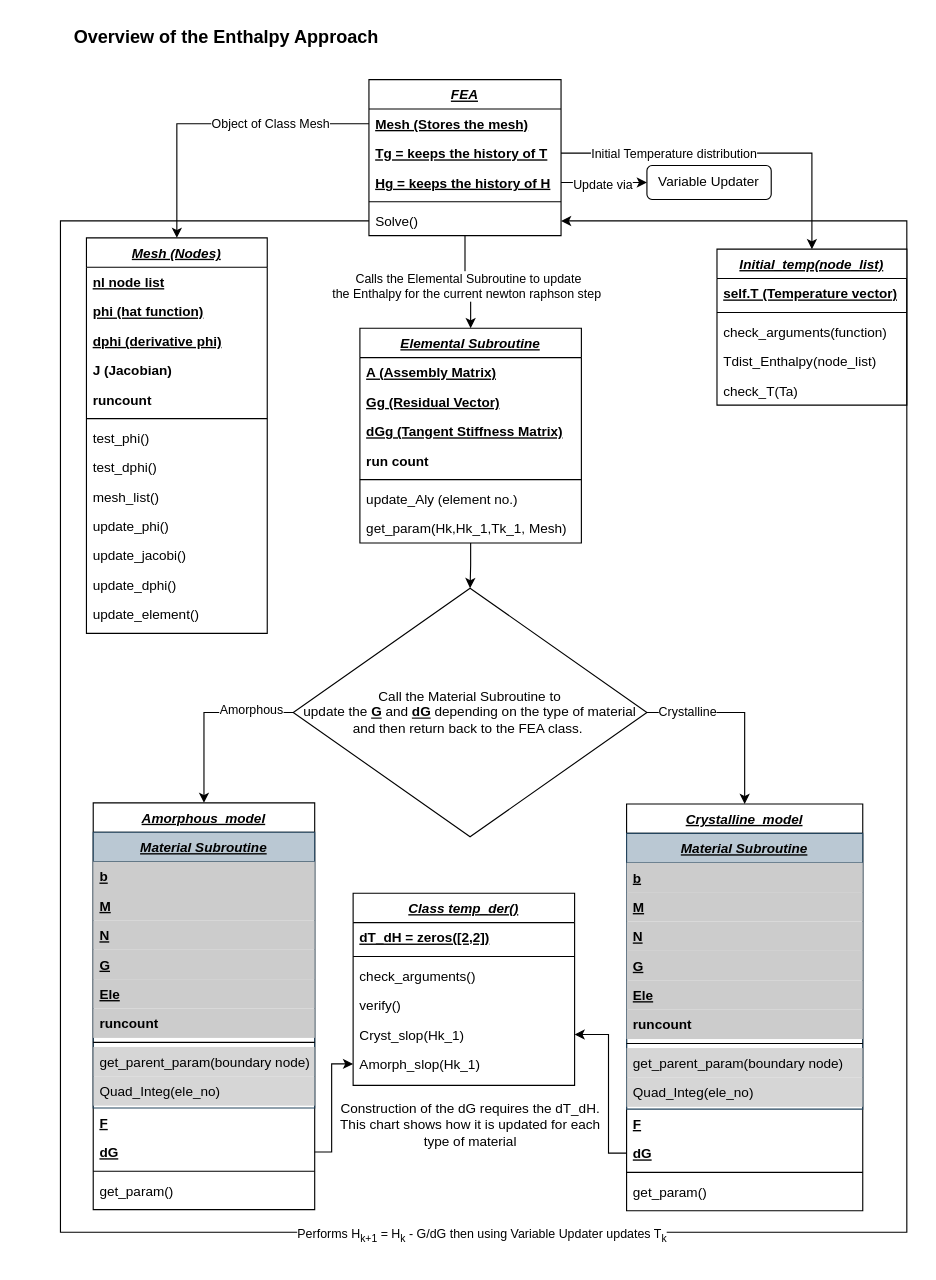
This is Over_View.drawio from okolekar/PPP, a draw.io file, before an edit. Source tidied: cells renumbered, new cells numbered last; positions are measured from the earlier drawing's top-left corner, leaving out a move shared by most shapes. Both pictures are drawn from the tidied source at 113%, with x=0, y=0 at pixel (19, 19).
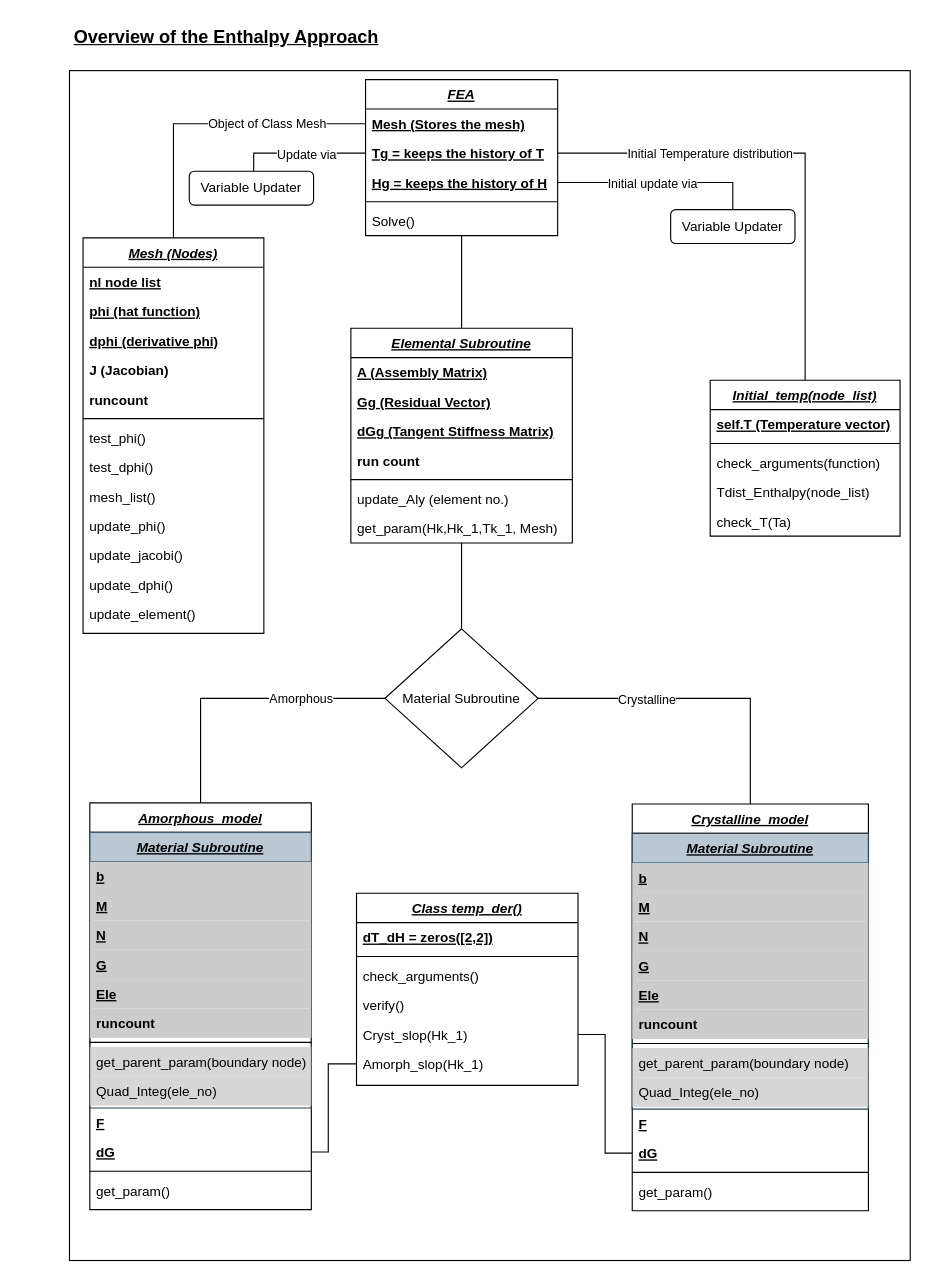
The same page after the edit.

Unchanged cells that the change refers to:
```xml
<mxCell id="16" value="dG" style="text;align=left;verticalAlign=top;spacingLeft=4;spacingRight=4;overflow=hidden;points=[[0,0.5],[1,0.5]];portConstraint=eastwest;rounded=0;shadow=0;html=0;fontStyle=5;" parent="4" vertex="1">
  <mxGeometry y="296" width="196" height="26" as="geometry" />
</mxCell>
<mxCell id="40" value="dG" style="text;align=left;verticalAlign=top;spacingLeft=4;spacingRight=4;overflow=hidden;points=[[0,0.5],[1,0.5]];portConstraint=eastwest;rounded=0;shadow=0;html=0;fontStyle=5;" parent="28" vertex="1">
  <mxGeometry y="296" width="209" height="26" as="geometry" />
</mxCell>
<mxCell id="52" value="Mesh (Stores the mesh)" style="text;align=left;verticalAlign=top;spacingLeft=4;spacingRight=4;overflow=hidden;points=[[0,0.5],[1,0.5]];portConstraint=eastwest;fontStyle=5;" parent="51" vertex="1">
  <mxGeometry y="26" width="170" height="26" as="geometry" />
</mxCell>
<mxCell id="53" value="Tg = keeps the history of T" style="text;align=left;verticalAlign=top;spacingLeft=4;spacingRight=4;overflow=hidden;points=[[0,0.5],[1,0.5]];portConstraint=eastwest;rounded=0;shadow=0;html=0;fontStyle=5;" parent="51" vertex="1">
  <mxGeometry y="52" width="170" height="26" as="geometry" />
</mxCell>
<mxCell id="54" value="Hg = keeps the history of H" style="text;align=left;verticalAlign=top;spacingLeft=4;spacingRight=4;overflow=hidden;points=[[0,0.5],[1,0.5]];portConstraint=eastwest;rounded=0;shadow=0;html=0;fontStyle=5;" parent="51" vertex="1">
  <mxGeometry y="78" width="170" height="26" as="geometry" />
</mxCell>
<mxCell id="56" value="Solve()" style="text;align=left;verticalAlign=top;spacingLeft=4;spacingRight=4;overflow=hidden;points=[[0,0.5],[1,0.5]];portConstraint=eastwest;" parent="51" vertex="1">
  <mxGeometry y="112" width="170" height="26" as="geometry" />
</mxCell>
<mxCell id="70" value="Cryst_slop(Hk_1)" style="text;align=left;verticalAlign=top;spacingLeft=4;spacingRight=4;overflow=hidden;points=[[0,0.5],[1,0.5]];portConstraint=eastwest;rounded=0;shadow=0;html=0;strokeColor=none;" parent="65" vertex="1">
  <mxGeometry y="112" width="196" height="26" as="geometry" />
</mxCell>
<mxCell id="71" value="Amorph_slop(Hk_1)" style="text;align=left;verticalAlign=top;spacingLeft=4;spacingRight=4;overflow=hidden;points=[[0,0.5],[1,0.5]];portConstraint=eastwest;rounded=0;shadow=0;html=0;" parent="65" vertex="1">
  <mxGeometry y="138" width="196" height="26" as="geometry" />
</mxCell>
```

The edit, as a diff of the source:
```diff
@@
+    <mxCell id="94" style="rounded=0;whiteSpace=wrap;html=1;" parent="1" vertex="1">
+      <mxGeometry x="44" y="45" width="744" height="1053" as="geometry" />
+    </mxCell>
-    <mxCell id="2" style="edgeStyle=orthogonalEdgeStyle;rounded=0;jettySize=auto;html=1;" parent="1" edge="1" source="51" target="20">
+    <mxCell id="2" style="edgeStyle=orthogonalEdgeStyle;rounded=0;jettySize=auto;html=1;endArrow=none;endFill=0;" parent="1" edge="1" source="51" target="20">
       <mxGeometry relative="1" as="geometry" />
     </mxCell>
-    <mxCell id="3" value="Calls the Elemental Subroutine to update &lt;br&gt;the Enthalpy for the current newton raphson step&amp;nbsp;" style="edgeLabel;html=1;align=center;verticalAlign=middle;" parent="2" vertex="1">
-      <mxGeometry x="-0.01" y="-3" relative="1" as="geometry" />
-    </mxCell>
     <mxCell id="4" value="Amorphous_model" style="swimlane;fontStyle=7;align=center;verticalAlign=top;horizontal=1;startSize=26;rounded=0;shadow=0;strokeWidth=1;" parent="1" vertex="1">
-      <mxGeometry x="65" y="693" width="196" height="360" as="geometry" />
+      <mxGeometry x="62" y="693" width="196" height="360" as="geometry" />
     </mxCell>
@@
-    <mxCell id="19" style="edgeStyle=orthogonalEdgeStyle;rounded=0;jettySize=auto;html=1;entryX=0.5;entryY=0;entryDx=0;entryDy=0;" parent="1" edge="1" source="20" target="47">
+    <mxCell id="19" style="edgeStyle=orthogonalEdgeStyle;rounded=0;jettySize=auto;html=1;entryX=0.5;entryY=0;entryDx=0;entryDy=0;endArrow=none;endFill=0;" parent="1" edge="1" source="20" target="47">
       <mxGeometry relative="1" as="geometry" />
     </mxCell>
     <mxCell id="20" value="Elemental Subroutine" style="swimlane;fontStyle=7;align=center;verticalAlign=top;horizontal=1;startSize=26;rounded=0;shadow=0;strokeWidth=1;" parent="1" vertex="1">
-      <mxGeometry x="301" y="273" width="196" height="190" as="geometry" />
+      <mxGeometry x="293" y="273" width="196" height="190" as="geometry" />
     </mxCell>
@@
     <mxCell id="28" value="Crystalline_model" style="swimlane;fontStyle=7;align=center;verticalAlign=top;horizontal=1;startSize=26;rounded=0;shadow=0;strokeWidth=1;" parent="1" vertex="1">
-      <mxGeometry x="537" y="694" width="209" height="360" as="geometry" />
+      <mxGeometry x="542" y="694" width="209" height="360" as="geometry" />
     </mxCell>
@@
+    <mxCell id="45" style="edgeStyle=orthogonalEdgeStyle;rounded=0;jettySize=auto;html=1;exitX=1;exitY=0.5;exitDx=0;exitDy=0;endArrow=none;endFill=0;" parent="1" edge="1" source="47" target="28">
+      <mxGeometry relative="1" as="geometry" />
+    </mxCell>
+    <mxCell id="46" value="Crystalline" style="edgeLabel;html=1;align=center;verticalAlign=middle;" parent="45" vertex="1">
+      <mxGeometry x="-0.32" y="-1" relative="1" as="geometry" />
+    </mxCell>
-    <mxCell id="43" style="edgeStyle=orthogonalEdgeStyle;rounded=0;jettySize=auto;html=1;entryX=0.5;entryY=0;entryDx=0;entryDy=0;" parent="1" edge="1" source="47" target="4">
-      <mxGeometry relative="1" as="geometry">
-        <Array as="points">
-          <mxPoint x="163" y="613" />
-        </Array>
-      </mxGeometry>
+    <mxCell id="43" style="edgeStyle=orthogonalEdgeStyle;rounded=0;jettySize=auto;html=1;exitX=0;exitY=0.5;exitDx=0;exitDy=0;endArrow=none;endFill=0;" parent="1" edge="1" source="47" target="4">
+      <mxGeometry relative="1" as="geometry" />
     </mxCell>
     <mxCell id="44" value="Amorphous" style="edgeLabel;html=1;align=center;verticalAlign=middle;" parent="43" vertex="1">
-      <mxGeometry x="-0.37" y="-3" relative="1" as="geometry">
-        <mxPoint x="12" as="offset" />
+      <mxGeometry x="-0.41" y="1" relative="1" as="geometry">
+        <mxPoint y="-1" as="offset" />
       </mxGeometry>
     </mxCell>
-    <mxCell id="45" style="edgeStyle=orthogonalEdgeStyle;rounded=0;jettySize=auto;html=1;entryX=0.5;entryY=0;entryDx=0;entryDy=0;" parent="1" edge="1" source="47" target="28">
-      <mxGeometry relative="1" as="geometry">
-        <Array as="points">
-          <mxPoint x="641" y="613" />
-        </Array>
-      </mxGeometry>
-    </mxCell>
-    <mxCell id="46" value="Crystalline" style="edgeLabel;html=1;align=center;verticalAlign=middle;" parent="45" vertex="1">
-      <mxGeometry x="-0.58" y="1" relative="1" as="geometry" />
-    </mxCell>
-    <mxCell id="47" value="Call the Material Subroutine to &lt;br&gt;update the &lt;b&gt;&lt;u&gt;G&lt;/u&gt;&lt;/b&gt; and &lt;b&gt;&lt;u&gt;dG&lt;/u&gt;&lt;/b&gt; depending on the type of material and then return back to the FEA class.&amp;nbsp;" style="rhombus;whiteSpace=wrap;html=1;" parent="1" vertex="1">
-      <mxGeometry x="242" y="503" width="313" height="220" as="geometry" />
+    <mxCell id="47" value="Material Subroutine" style="rhombus;whiteSpace=wrap;html=1;" parent="1" vertex="1">
+      <mxGeometry x="323.2" y="539" width="135.5" height="123" as="geometry" />
     </mxCell>
-    <mxCell id="48" style="edgeStyle=orthogonalEdgeStyle;rounded=0;jettySize=auto;html=1;entryX=0.5;entryY=0;entryDx=0;entryDy=0;" parent="1" edge="1" source="53" target="59">
-      <mxGeometry relative="1" as="geometry" />
+    <mxCell id="48" style="edgeStyle=orthogonalEdgeStyle;rounded=0;jettySize=auto;html=1;entryX=0.5;entryY=0;entryDx=0;entryDy=0;endArrow=none;endFill=0;" parent="1" edge="1" source="53" target="59">
+      <mxGeometry relative="1" as="geometry">
+        <Array as="points">
+          <mxPoint x="695" y="118" />
+        </Array>
+      </mxGeometry>
     </mxCell>
     <mxCell id="49" value="Initial Temperature distribution" style="edgeLabel;html=1;align=center;verticalAlign=middle;" parent="48" vertex="1">
       <mxGeometry x="-0.62" y="1" relative="1" as="geometry">
-        <mxPoint x="41" y="1" as="offset" />
+        <mxPoint x="54" y="1" as="offset" />
       </mxGeometry>
     </mxCell>
-    <mxCell id="50" value="Variable Updater" style="rounded=1;whiteSpace=wrap;html=1;" parent="1" vertex="1">
-      <mxGeometry x="555" y="129" width="110" height="30" as="geometry" />
-    </mxCell>
     <mxCell id="51" value="FEA" style="swimlane;fontStyle=7;align=center;verticalAlign=top;horizontal=1;startSize=26;rounded=0;shadow=0;strokeWidth=1;" parent="1" vertex="1">
-      <mxGeometry x="309" y="53" width="170" height="138" as="geometry" />
+      <mxGeometry x="306" y="53" width="170" height="138" as="geometry" />
     </mxCell>
@@
-    <mxCell id="57" style="edgeStyle=orthogonalEdgeStyle;rounded=0;orthogonalLoop=1;jettySize=auto;html=1;exitX=0;exitY=0.5;exitDx=0;exitDy=0;entryX=1;entryY=0.5;entryDx=0;entryDy=0;" parent="51" edge="1" source="56" target="56">
-      <mxGeometry relative="1" as="geometry">
-        <Array as="points">
-          <mxPoint x="-273" y="125" />
-          <mxPoint x="-273" y="1020" />
-          <mxPoint x="476" y="1020" />
-          <mxPoint x="476" y="125" />
-        </Array>
-      </mxGeometry>
-    </mxCell>
-    <mxCell id="58" value="Performs H&lt;sub&gt;k+1&lt;/sub&gt; = H&lt;sub&gt;k&lt;/sub&gt; - G/dG then using Variable Updater updates T&lt;sub&gt;k&lt;/sub&gt;" style="edgeLabel;html=1;align=center;verticalAlign=middle;" parent="57" vertex="1">
-      <mxGeometry x="-0.04" y="-2" relative="1" as="geometry">
-        <mxPoint x="43" y="1" as="offset" />
-      </mxGeometry>
-    </mxCell>
     <mxCell id="59" value="Initial_temp(node_list)" style="swimlane;fontStyle=7;align=center;verticalAlign=top;horizontal=1;startSize=26;rounded=0;shadow=0;strokeWidth=1;" parent="1" vertex="1">
-      <mxGeometry x="617" y="203" width="168" height="138" as="geometry" />
+      <mxGeometry x="611" y="319" width="168" height="138" as="geometry" />
     </mxCell>
@@
     <mxCell id="65" value="Class temp_der()" style="swimlane;fontStyle=7;align=center;verticalAlign=top;horizontal=1;startSize=26;rounded=0;shadow=0;strokeWidth=1;" parent="1" vertex="1">
-      <mxGeometry x="295" y="773" width="196" height="170" as="geometry" />
+      <mxGeometry x="298" y="773" width="196" height="170" as="geometry" />
     </mxCell>
@@
-    <mxCell id="72" style="edgeStyle=orthogonalEdgeStyle;rounded=0;jettySize=auto;html=1;entryX=0;entryY=0.5;entryDx=0;entryDy=0;" parent="1" edge="1" source="16" target="71">
+    <mxCell id="72" style="edgeStyle=orthogonalEdgeStyle;rounded=0;jettySize=auto;html=1;entryX=0;entryY=0.5;entryDx=0;entryDy=0;endArrow=none;endFill=0;" parent="1" edge="1" source="16" target="71">
       <mxGeometry relative="1" as="geometry">
         <Array as="points">
-          <mxPoint x="276" y="1002" />
-          <mxPoint x="276" y="924" />
+          <mxPoint x="273" y="1002" />
+          <mxPoint x="273" y="924" />
         </Array>
       </mxGeometry>
     </mxCell>
-    <mxCell id="73" style="edgeStyle=orthogonalEdgeStyle;rounded=0;jettySize=auto;html=1;exitX=0;exitY=0.5;exitDx=0;exitDy=0;entryX=1;entryY=0.5;entryDx=0;entryDy=0;" parent="1" edge="1" source="40" target="70">
+    <mxCell id="73" style="edgeStyle=orthogonalEdgeStyle;rounded=0;jettySize=auto;html=1;exitX=0;exitY=0.5;exitDx=0;exitDy=0;entryX=1;entryY=0.5;entryDx=0;entryDy=0;endArrow=none;endFill=0;" parent="1" edge="1" source="40" target="70">
       <mxGeometry relative="1" as="geometry">
         <Array as="points">
-          <mxPoint x="521" y="1003" />
-          <mxPoint x="521" y="898" />
+          <mxPoint x="518" y="1003" />
+          <mxPoint x="518" y="898" />
         </Array>
       </mxGeometry>
     </mxCell>
-    <mxCell id="74" value="&lt;b&gt;&lt;font style=&quot;font-size: 16px;&quot;&gt;Overview of the Enthalpy Approach&lt;/font&gt;&lt;/b&gt;" style="text;html=1;strokeColor=none;fillColor=none;align=center;verticalAlign=middle;whiteSpace=wrap;rounded=0;" parent="1" vertex="1">
+    <mxCell id="74" value="&lt;b&gt;&lt;font style=&quot;font-size: 16px;&quot;&gt;&lt;u&gt;Overview of the Enthalpy Approach&lt;/u&gt;&lt;/font&gt;&lt;/b&gt;" style="text;html=1;strokeColor=none;fillColor=none;align=center;verticalAlign=middle;whiteSpace=wrap;rounded=0;" parent="1" vertex="1">
       <mxGeometry width="366" height="30" as="geometry" />
     </mxCell>
-    <mxCell id="75" value="Construction of the dG requires the dT_dH. This chart shows how it is updated for each type of material" style="text;html=1;strokeColor=none;fillColor=none;align=center;verticalAlign=middle;whiteSpace=wrap;rounded=0;" parent="1" vertex="1">
-      <mxGeometry x="282" y="950" width="234" height="56" as="geometry" />
-    </mxCell>
     <mxCell id="76" value="Mesh (Nodes)" style="swimlane;fontStyle=7;align=center;verticalAlign=top;horizontal=1;startSize=26;rounded=0;shadow=0;strokeWidth=1;" parent="1" vertex="1">
-      <mxGeometry x="59" y="193" width="160" height="350" as="geometry" />
+      <mxGeometry x="56" y="193" width="160" height="350" as="geometry" />
     </mxCell>
@@
-    <mxCell id="90" style="edgeStyle=orthogonalEdgeStyle;rounded=0;jettySize=auto;html=1;" parent="1" edge="1" source="54" target="50">
-      <mxGeometry relative="1" as="geometry" />
-    </mxCell>
-    <mxCell id="91" value="Update via" style="edgeLabel;html=1;align=center;verticalAlign=middle;" parent="90" vertex="1">
-      <mxGeometry x="-0.04" y="-1" relative="1" as="geometry" />
-    </mxCell>
-    <mxCell id="92" style="edgeStyle=orthogonalEdgeStyle;rounded=0;jettySize=auto;html=1;entryX=0.5;entryY=0;entryDx=0;entryDy=0;" parent="1" edge="1" source="52" target="76">
+    <mxCell id="92" style="edgeStyle=orthogonalEdgeStyle;rounded=0;jettySize=auto;html=1;entryX=0.5;entryY=0;entryDx=0;entryDy=0;endArrow=none;endFill=0;" parent="1" edge="1" source="52" target="76">
       <mxGeometry relative="1" as="geometry" />
     </mxCell>
@@
+    <mxCell id="95" value="Variable Updater" style="rounded=1;whiteSpace=wrap;html=1;" parent="1" vertex="1">
+      <mxGeometry x="150" y="134" width="110" height="30" as="geometry" />
+    </mxCell>
+    <mxCell id="96" style="edgeStyle=orthogonalEdgeStyle;rounded=0;jettySize=auto;html=1;exitX=0;exitY=0.5;exitDx=0;exitDy=0;endArrow=none;endFill=0;" parent="1" edge="1" source="53" target="95">
+      <mxGeometry relative="1" as="geometry">
+        <Array as="points">
+          <mxPoint x="207" y="118" />
+        </Array>
+      </mxGeometry>
+    </mxCell>
+    <mxCell id="91" value="Update via" style="edgeLabel;html=1;align=center;verticalAlign=middle;" parent="96" vertex="1">
+      <mxGeometry x="-0.07" y="1" relative="1" as="geometry" />
+    </mxCell>
+    <mxCell id="97" value="Variable Updater" style="rounded=1;whiteSpace=wrap;html=1;" parent="1" vertex="1">
+      <mxGeometry x="576" y="168" width="110" height="30" as="geometry" />
+    </mxCell>
+    <mxCell id="98" style="edgeStyle=orthogonalEdgeStyle;rounded=0;jettySize=auto;html=1;exitX=1;exitY=0.5;exitDx=0;exitDy=0;entryX=0.5;entryY=0;entryDx=0;entryDy=0;endArrow=none;endFill=0;" parent="1" edge="1" source="54" target="97">
+      <mxGeometry relative="1" as="geometry" />
+    </mxCell>
+    <mxCell id="99" value="Initial update via" style="edgeLabel;html=1;align=center;verticalAlign=middle;" parent="98" vertex="1">
+      <mxGeometry x="-0.43" y="-3" relative="1" as="geometry">
+        <mxPoint x="32" y="-3" as="offset" />
+      </mxGeometry>
+    </mxCell>
```
